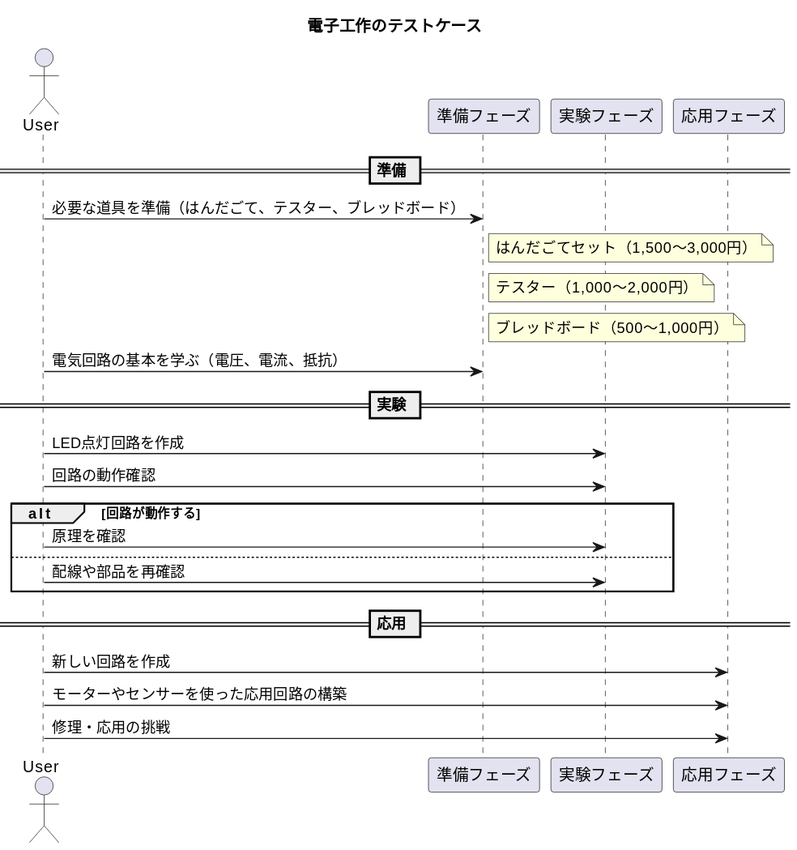
The PlantUML diagram out/acdc_howto1.svg in coacoa/images, before a commit.
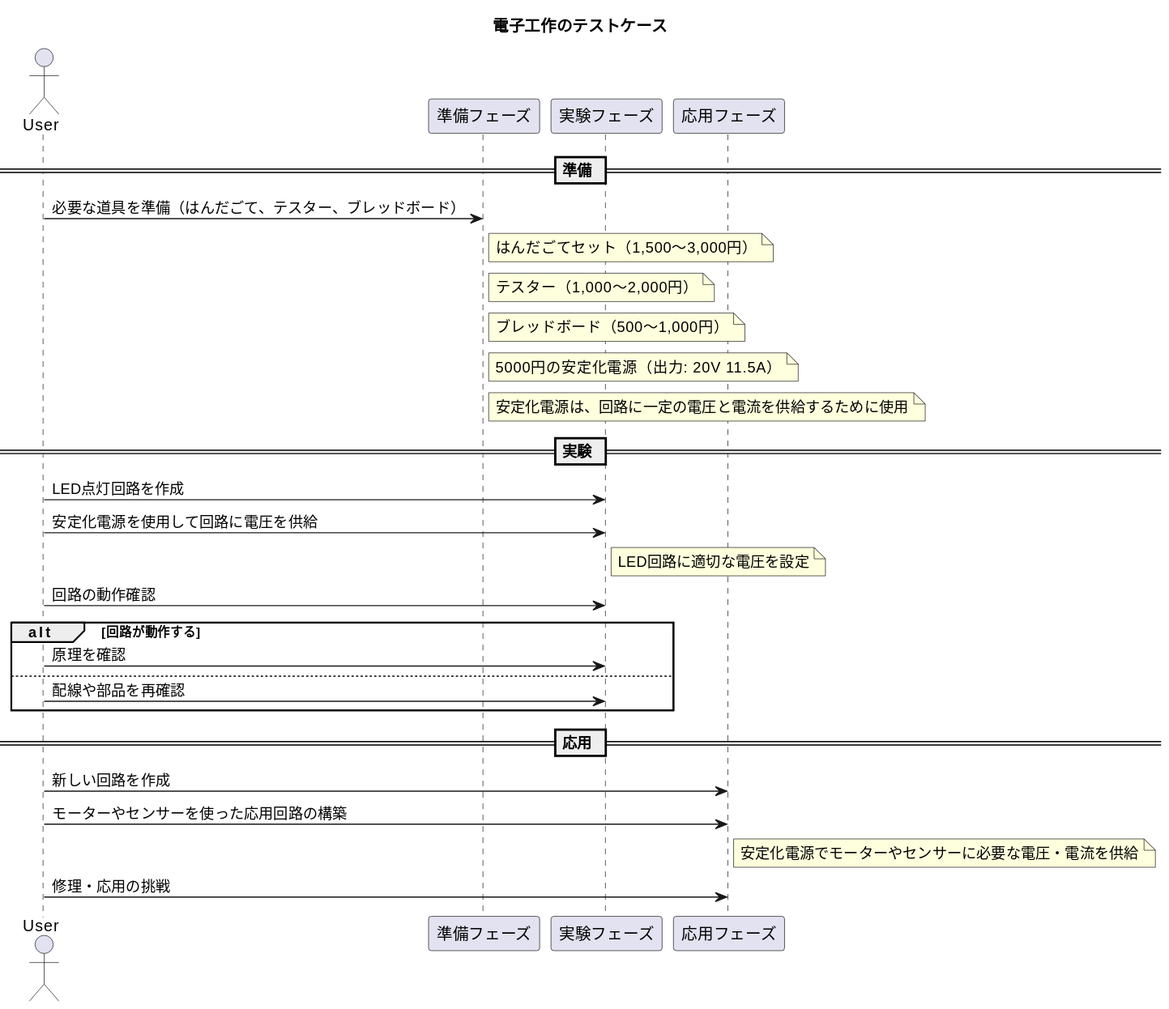
After the commit.

What changed in the source:
```diff
@@ -12,10 +12,13 @@
 note right of Prep : はんだごてセット（1,500〜3,000円）
 note right of Prep : テスター（1,000〜2,000円）
 note right of Prep : ブレッドボード（500〜1,000円）
-User -> Prep : 電気回路の基本を学ぶ（電圧、電流、抵抗）
+note right of Prep : 5000円の安定化電源（出力: 20V 11.5A）
+note right of Prep : 安定化電源は、回路に一定の電圧と電流を供給するために使用
 
 == 実験 ==
 User -> Experiment : LED点灯回路を作成
+User -> Experiment : 安定化電源を使用して回路に電圧を供給
+note right of Experiment : LED回路に適切な電圧を設定
 User -> Experiment : 回路の動作確認
 alt 回路が動作する
   User -> Experiment : 原理を確認
@@ -26,5 +29,6 @@
 == 応用 ==
 User -> Apply : 新しい回路を作成
 User -> Apply : モーターやセンサーを使った応用回路の構築
+note right of Apply : 安定化電源でモーターやセンサーに必要な電圧・電流を供給
 User -> Apply : 修理・応用の挑戦
 @enduml
```
